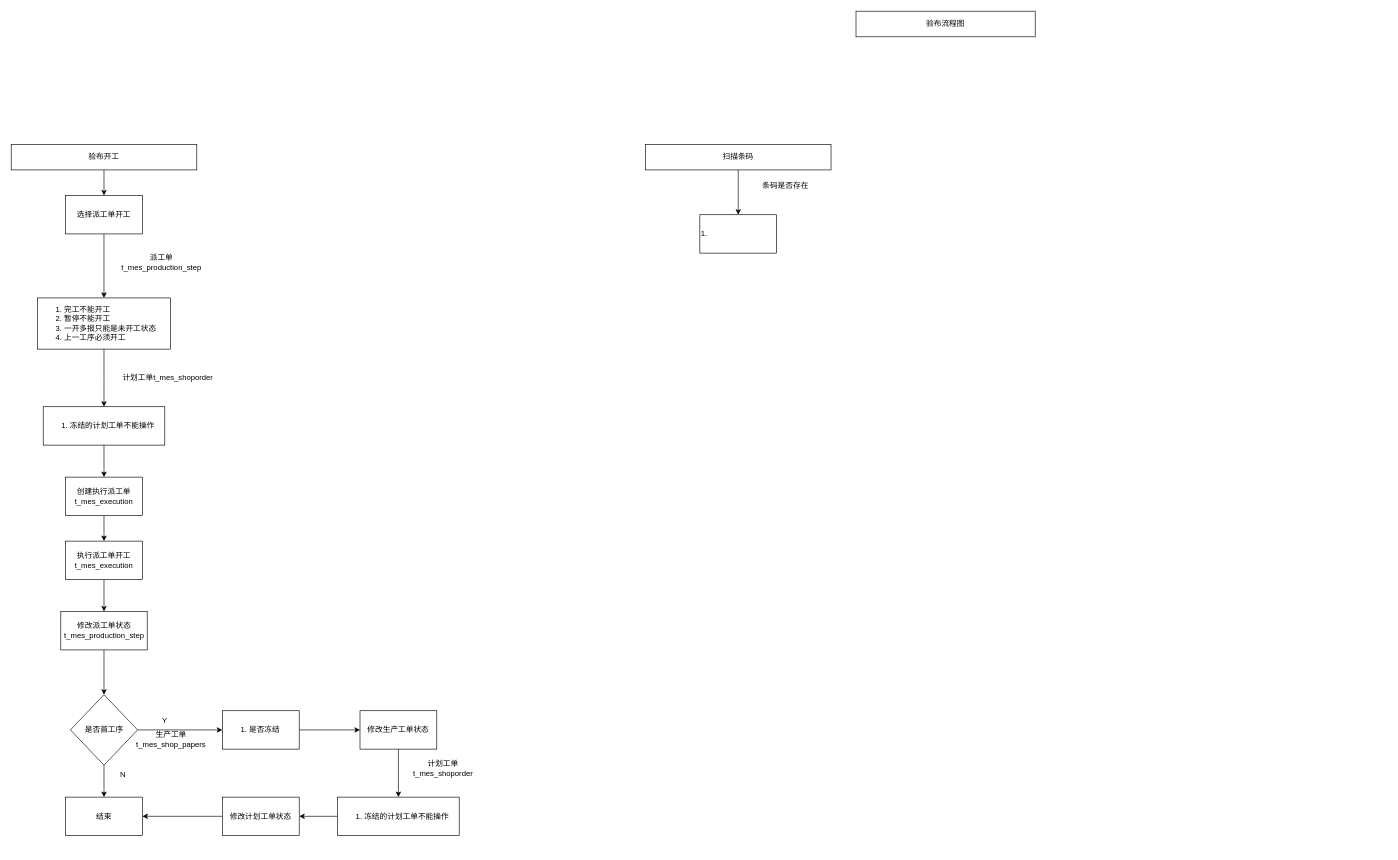
Earlier version of the draw.io diagram 验布流程图.drawio (fan-ga/flowChart). Source tidied: cells renumbered, new cells numbered last; positions are measured from the earlier drawing's top-left corner, leaving out a move shared by most shapes. Both pictures are drawn from the tidied source at 64%, with x=0, y=0 at pixel (11, 11).
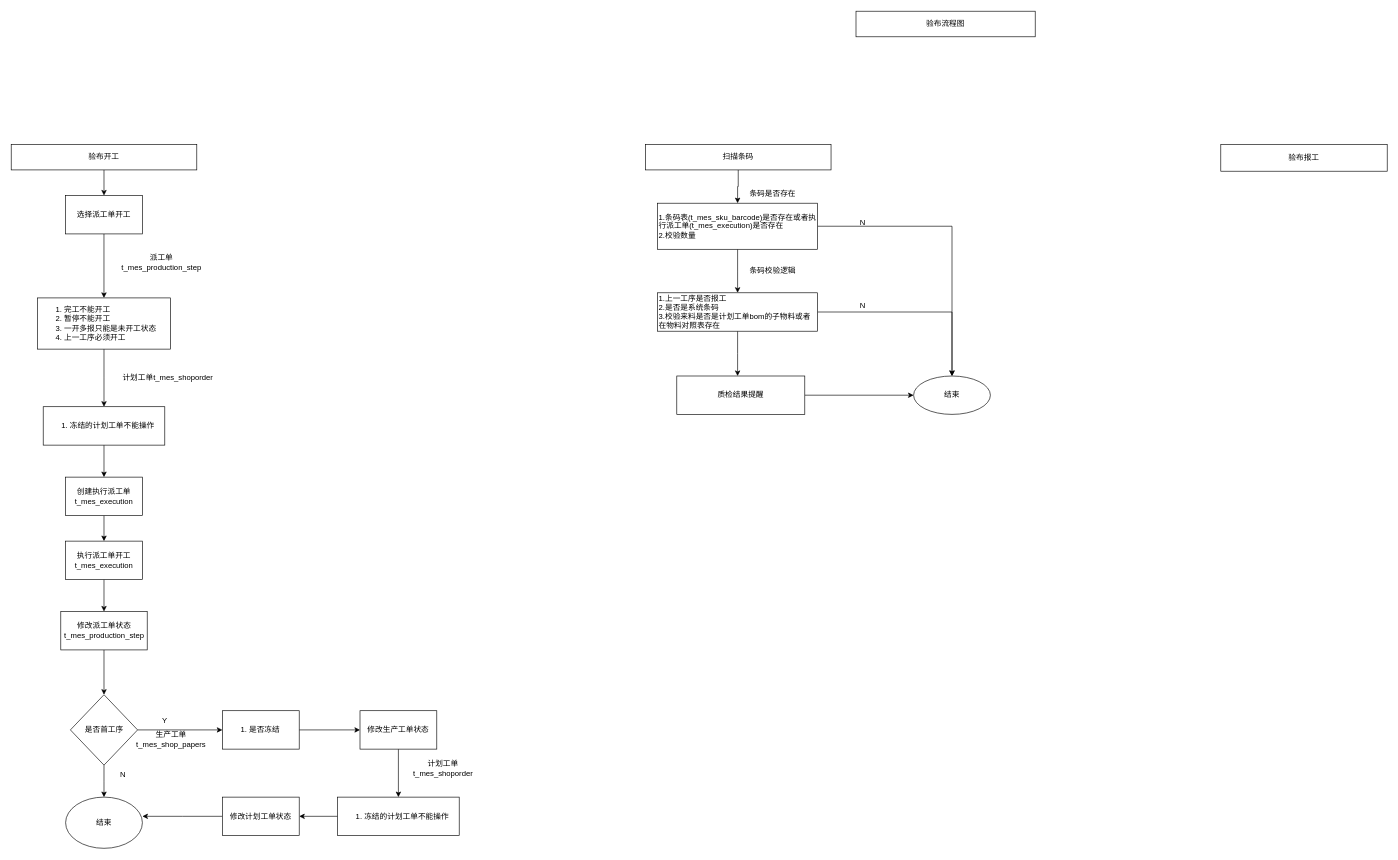
Above is the later version.

Commit message:
Update 验布流程图.drawio

Unchanged cells that the change refers to:
```xml
<mxCell id="16" value="是否首工序" style="rhombus;whiteSpace=wrap;html=1;fontSize=12;" parent="1" vertex="1">
  <mxGeometry x="92.5" y="1068" width="105" height="110" as="geometry" />
</mxCell>
<mxCell id="34" value="&lt;span style=&quot;&quot;&gt;修改计划工单状态&lt;/span&gt;" style="whiteSpace=wrap;html=1;align=center;rounded=0;" parent="1" vertex="1">
  <mxGeometry x="330" y="1228" width="120" height="60" as="geometry" />
</mxCell>
```

The edit, as a diff of the source:
```diff
@@
-    <mxCell id="9" value="结束" style="rounded=0;whiteSpace=wrap;html=1;" parent="1" vertex="1">
-      <mxGeometry x="85" y="1228" width="120" height="60" as="geometry" />
-    </mxCell>
@@
-    <mxCell id="14" style="edgeStyle=orthogonalEdgeStyle;rounded=0;jettySize=auto;html=1;entryX=0.5;entryY=0;entryDx=0;entryDy=0;fontSize=12;" parent="1" edge="1" source="16" target="9">
-      <mxGeometry relative="1" as="geometry" />
+    <mxCell id="14" style="edgeStyle=orthogonalEdgeStyle;rounded=0;jettySize=auto;html=1;entryX=0.5;entryY=0;entryDx=0;entryDy=0;fontSize=12;" parent="1" edge="1" source="16">
+      <mxGeometry relative="1" as="geometry">
+        <mxPoint x="145" y="1228" as="targetPoint" />
+      </mxGeometry>
     </mxCell>
@@
-    <mxCell id="33" style="edgeStyle=orthogonalEdgeStyle;rounded=0;jettySize=auto;html=1;fontSize=12;" parent="1" edge="1" source="34" target="9">
-      <mxGeometry relative="1" as="geometry" />
+    <mxCell id="33" style="edgeStyle=orthogonalEdgeStyle;rounded=0;jettySize=auto;html=1;fontSize=12;" parent="1" edge="1" source="34">
+      <mxGeometry relative="1" as="geometry">
+        <mxPoint x="205" y="1258" as="targetPoint" />
+      </mxGeometry>
     </mxCell>
@@
+    <mxCell id="39" style="edgeStyle=orthogonalEdgeStyle;rounded=0;jettySize=auto;html=1;" parent="1" edge="1" source="37">
+      <mxGeometry relative="1" as="geometry">
+        <mxPoint x="1135" y="440" as="targetPoint" />
+      </mxGeometry>
+    </mxCell>
+    <mxCell id="40" style="edgeStyle=orthogonalEdgeStyle;rounded=0;jettySize=auto;html=1;entryX=0.5;entryY=0;entryDx=0;entryDy=0;" parent="1" edge="1" source="37" target="47">
+      <mxGeometry relative="1" as="geometry" />
+    </mxCell>
-    <mxCell id="37" value="1." style="whiteSpace=wrap;html=1;rounded=0;align=left;" parent="1" vertex="1">
-      <mxGeometry x="1076" y="318" width="120" height="60" as="geometry" />
+    <mxCell id="37" value="1.条码表(t_mes_sku_barcode)是否存在或者执行派工单(t_mes_execution)是否存在&lt;br&gt;2.校验数量" style="whiteSpace=wrap;html=1;rounded=0;align=left;" parent="1" vertex="1">
+      <mxGeometry x="1010" y="300" width="250" height="72" as="geometry" />
     </mxCell>
     <mxCell id="38" value="条码是否存在" style="text;html=1;strokeColor=none;fillColor=none;align=center;verticalAlign=middle;whiteSpace=wrap;rounded=0;fontSize=12;" parent="1" vertex="1">
-      <mxGeometry x="1140" y="257" width="140" height="30" as="geometry" />
+      <mxGeometry x="1120" y="270" width="140" height="30" as="geometry" />
     </mxCell>
+    <mxCell id="41" style="edgeStyle=orthogonalEdgeStyle;rounded=0;jettySize=auto;html=1;" parent="1" edge="1" source="43">
+      <mxGeometry relative="1" as="geometry">
+        <mxPoint x="1135" y="570" as="targetPoint" />
+      </mxGeometry>
+    </mxCell>
+    <mxCell id="42" style="edgeStyle=orthogonalEdgeStyle;rounded=0;jettySize=auto;html=1;" parent="1" edge="1" source="43" target="47">
+      <mxGeometry relative="1" as="geometry" />
+    </mxCell>
+    <mxCell id="43" value="1.上一工序是否报工&lt;br&gt;2.是否是系统条码&lt;br&gt;3.校验来料是否是计划工单bom的子物料或者在物料对照表存在" style="rounded=0;whiteSpace=wrap;html=1;align=left;" parent="1" vertex="1">
+      <mxGeometry x="1010" y="440" width="250" height="60" as="geometry" />
+    </mxCell>
+    <mxCell id="44" value="条码校验逻辑" style="text;html=1;strokeColor=none;fillColor=none;align=center;verticalAlign=middle;whiteSpace=wrap;rounded=0;fontSize=12;" parent="1" vertex="1">
+      <mxGeometry x="1120" y="390" width="140" height="30" as="geometry" />
+    </mxCell>
+    <mxCell id="45" style="edgeStyle=orthogonalEdgeStyle;rounded=0;jettySize=auto;html=1;" parent="1" edge="1" source="46" target="47">
+      <mxGeometry relative="1" as="geometry" />
+    </mxCell>
+    <mxCell id="46" value="质检结果提醒" style="rounded=0;whiteSpace=wrap;html=1;" parent="1" vertex="1">
+      <mxGeometry x="1040" y="570" width="200" height="60" as="geometry" />
+    </mxCell>
+    <mxCell id="47" value="结束" style="ellipse;whiteSpace=wrap;html=1;rounded=0;" parent="1" vertex="1">
+      <mxGeometry x="1410" y="570" width="120" height="60" as="geometry" />
+    </mxCell>
+    <mxCell id="48" value="结束" style="ellipse;whiteSpace=wrap;html=1;" parent="1" vertex="1">
+      <mxGeometry x="85" y="1228" width="120" height="80" as="geometry" />
+    </mxCell>
+    <mxCell id="49" value="验布报工" style="rounded=0;whiteSpace=wrap;html=1;" parent="1" vertex="1">
+      <mxGeometry x="1890" y="208" width="260" height="42" as="geometry" />
+    </mxCell>
+    <mxCell id="50" value="N" style="text;html=1;align=center;verticalAlign=middle;strokeColor=none;fillColor=none;" parent="1" vertex="1">
+      <mxGeometry x="1320" y="320" width="20" height="20" as="geometry" />
+    </mxCell>
+    <mxCell id="51" value="N" style="text;html=1;align=center;verticalAlign=middle;strokeColor=none;fillColor=none;" parent="1" vertex="1">
+      <mxGeometry x="1320" y="450" width="20" height="20" as="geometry" />
+    </mxCell>
```
